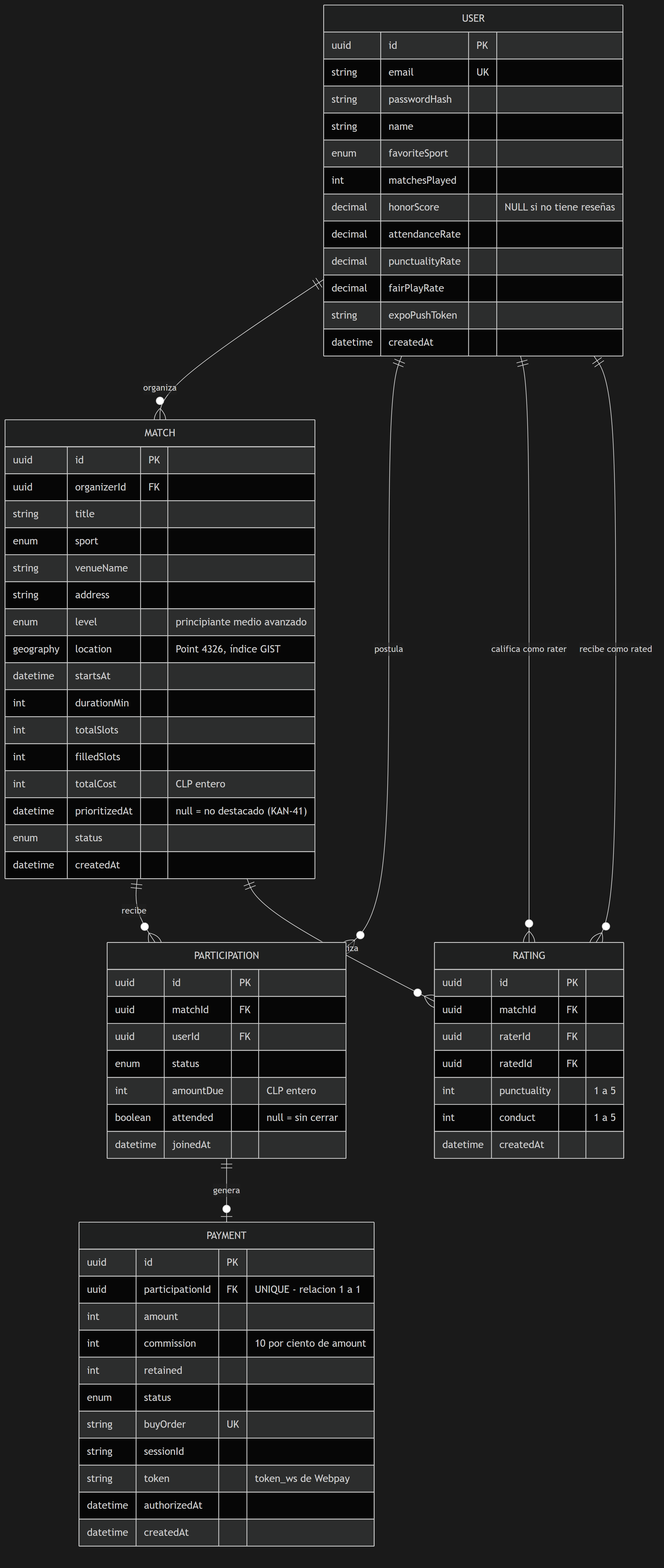
Before: fase-2-desarrollo/docs/diagramas/er-modelo-datos.png, a diagram exported from Mermaid (avenaaaa/KANCHA). Its source is kept beside it as fase-2-desarrollo/docs/diagramas/er-modelo-datos.mmd.
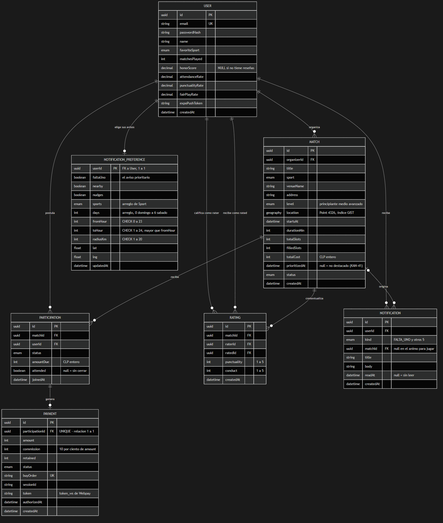
Later version of the same file.

Change to the diagram source:
```diff
@@ -6,6 +6,9 @@
     USER ||--o{ RATING : "califica como rater"
     USER ||--o{ RATING : "recibe como rated"
     MATCH ||--o{ RATING : "contextualiza"
+    USER ||--o| NOTIFICATION_PREFERENCE : "elige sus avisos"
+    USER ||--o{ NOTIFICATION : "recibe"
+    MATCH |o--o{ NOTIFICATION : "origina"
 
     USER {
         uuid     id PK
@@ -74,3 +77,29 @@
         datetime authorizedAt
         datetime createdAt
     }
+
+    NOTIFICATION_PREFERENCE {
+        uuid     userId PK "FK a User, 1 a 1"
+        boolean  faltaUno "el aviso prioritario"
+        boolean  nearby
+        boolean  nudges
+        enum     sports "arreglo de Sport"
+        int      days "arreglo, 0 domingo a 6 sabado"
+        int      fromHour "CHECK 0 a 23"
+        int      toHour "CHECK 1 a 24, mayor que fromHour"
+        int      radiusKm "CHECK 1 a 20"
+        float    lat
+        float    lng
+        datetime updatedAt
+    }
+
+    NOTIFICATION {
+        uuid     id PK
+        uuid     userId FK
+        enum     kind "FALTA_UNO y otros 5"
+        uuid     matchId FK "null en el animo para jugar"
+        string   title
+        string   body
+        datetime readAt "null = sin leer"
+        datetime createdAt
+    }
```
